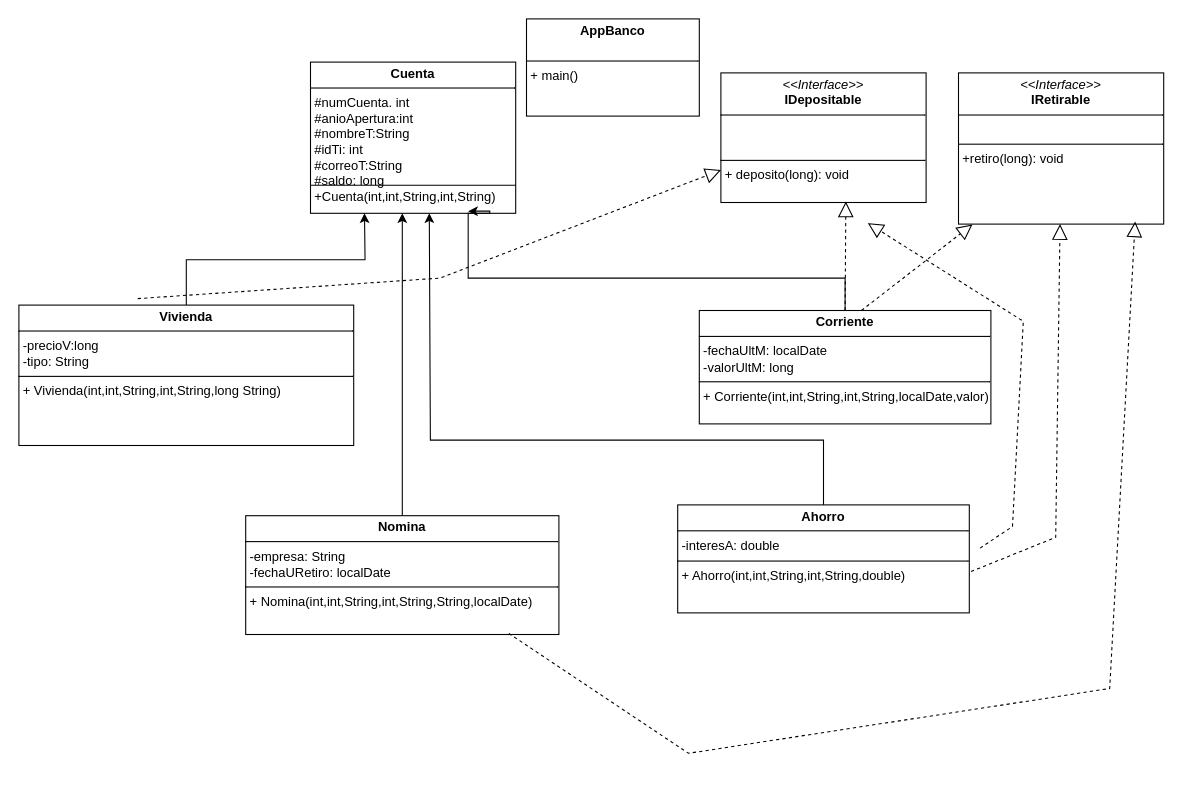
Mariana909/Clases-Abstractas keeps this draw.io diagram as DiagramaActividad7.drawio. Above is the earlier version. Source tidied: cells renumbered, new cells numbered last; positions are measured from the earlier drawing's top-left corner, leaving out a move shared by most shapes. Both pictures are drawn from the tidied source at 108%, with x=0, y=0 at pixel (18, 18).
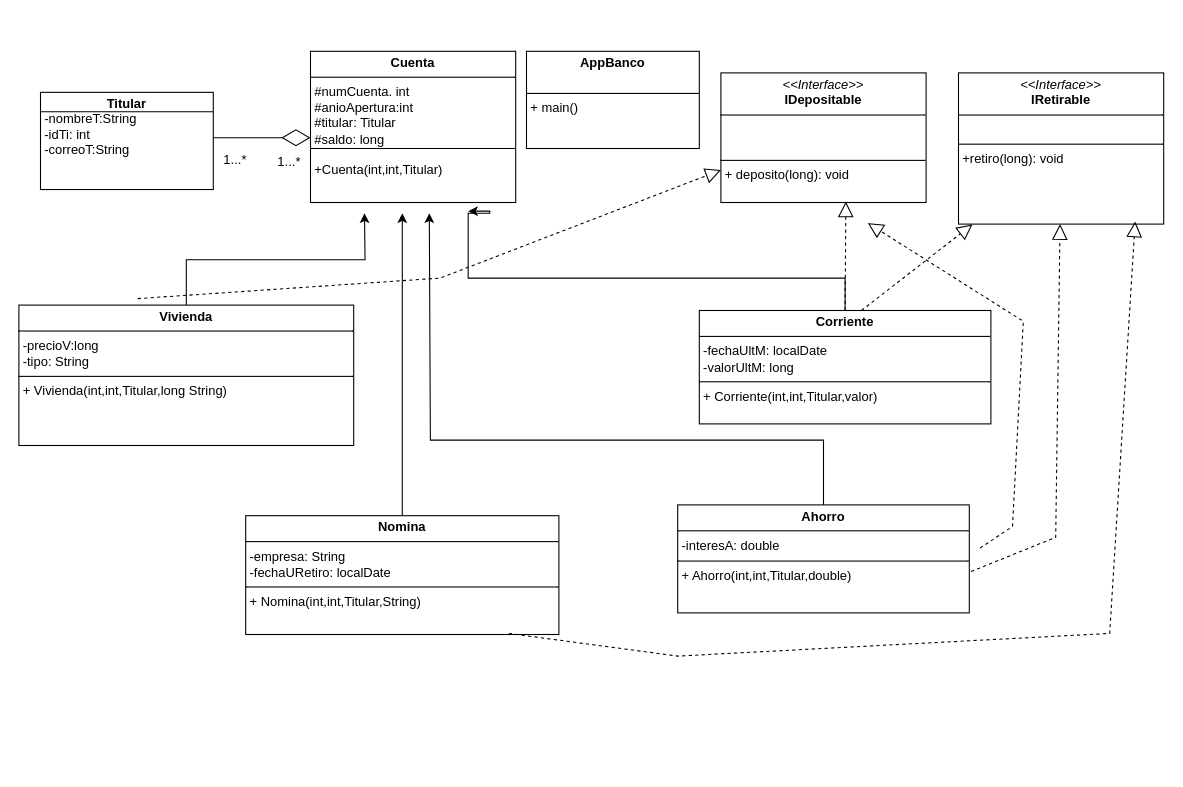
Above is the later version.

Unchanged cells that the change refers to:
```xml
<mxCell id="4" value="&lt;p style=&quot;margin:0px;margin-top:4px;text-align:center;&quot;&gt;&lt;i&gt;&amp;lt;&amp;lt;Interface&amp;gt;&amp;gt;&lt;/i&gt;&lt;br&gt;&lt;b&gt;IRetirable&lt;/b&gt;&lt;/p&gt;&lt;hr size=&quot;1&quot; style=&quot;border-style:solid;&quot;&gt;&lt;p style=&quot;margin:0px;margin-left:4px;&quot;&gt;&lt;br&gt;&lt;/p&gt;&lt;hr size=&quot;1&quot; style=&quot;border-style:solid;&quot;&gt;&lt;p style=&quot;margin:0px;margin-left:4px;&quot;&gt;+retiro(long): void&lt;br&gt;&lt;br&gt;&lt;/p&gt;" style="verticalAlign=top;align=left;overflow=fill;html=1;whiteSpace=wrap;" parent="1" vertex="1">
  <mxGeometry x="870" y="50" width="190" height="140" as="geometry" />
</mxCell>
```

What changed in the source:
```diff
@@
-    <mxCell id="2" value="&lt;p style=&quot;margin:0px;margin-top:4px;text-align:center;&quot;&gt;&lt;b&gt;Cuenta&lt;/b&gt;&lt;/p&gt;&lt;hr size=&quot;1&quot; style=&quot;border-style:solid;&quot;&gt;&lt;p style=&quot;margin:0px;margin-left:4px;&quot;&gt;#numCuenta. int&lt;/p&gt;&lt;p style=&quot;margin:0px;margin-left:4px;&quot;&gt;#anioApertura:int&lt;/p&gt;&lt;p style=&quot;margin:0px;margin-left:4px;&quot;&gt;#nombreT:String&lt;/p&gt;&lt;p style=&quot;margin:0px;margin-left:4px;&quot;&gt;#idTi: int&lt;/p&gt;&lt;p style=&quot;margin:0px;margin-left:4px;&quot;&gt;#correoT:String&lt;/p&gt;&lt;p style=&quot;margin:0px;margin-left:4px;&quot;&gt;#saldo: long&lt;/p&gt;&lt;p style=&quot;margin:0px;margin-left:4px;&quot;&gt;+Cuenta(int,int,String,int,String)&lt;/p&gt;" style="verticalAlign=top;align=left;overflow=fill;html=1;whiteSpace=wrap;" parent="1" vertex="1">
-      <mxGeometry x="270" y="40" width="190" height="140" as="geometry" />
+    <mxCell id="2" value="&lt;p style=&quot;margin:0px;margin-top:4px;text-align:center;&quot;&gt;&lt;b&gt;Cuenta&lt;/b&gt;&lt;/p&gt;&lt;hr size=&quot;1&quot; style=&quot;border-style:solid;&quot;&gt;&lt;p style=&quot;margin:0px;margin-left:4px;&quot;&gt;#numCuenta. int&lt;/p&gt;&lt;p style=&quot;margin:0px;margin-left:4px;&quot;&gt;#anioApertura:int&lt;/p&gt;&lt;p style=&quot;margin:0px;margin-left:4px;&quot;&gt;#titular: Titular&lt;/p&gt;&lt;p style=&quot;margin:0px;margin-left:4px;&quot;&gt;#saldo: long&lt;/p&gt;&lt;p style=&quot;margin:0px;margin-left:4px;&quot;&gt;&lt;br&gt;&lt;/p&gt;&lt;p style=&quot;margin:0px;margin-left:4px;&quot;&gt;+Cuenta(int,int,Titular)&lt;/p&gt;" style="verticalAlign=top;align=left;overflow=fill;html=1;whiteSpace=wrap;" parent="1" vertex="1">
+      <mxGeometry x="270" y="30" width="190" height="140" as="geometry" />
     </mxCell>
@@
-    <mxCell id="6" value="&lt;p style=&quot;margin:0px;margin-top:4px;text-align:center;&quot;&gt;&lt;b&gt;Vivienda&lt;/b&gt;&lt;/p&gt;&lt;hr size=&quot;1&quot; style=&quot;border-style:solid;&quot;&gt;&lt;p style=&quot;margin:0px;margin-left:4px;&quot;&gt;-precioV:long&lt;/p&gt;&lt;p style=&quot;margin:0px;margin-left:4px;&quot;&gt;-tipo: String&lt;/p&gt;&lt;hr size=&quot;1&quot; style=&quot;border-style:solid;&quot;&gt;&lt;p style=&quot;margin:0px;margin-left:4px;&quot;&gt;+ Vivienda(int,int,String,int,String,long String)&lt;/p&gt;" style="verticalAlign=top;align=left;overflow=fill;html=1;whiteSpace=wrap;" parent="1" vertex="1">
+    <mxCell id="6" value="&lt;p style=&quot;margin:0px;margin-top:4px;text-align:center;&quot;&gt;&lt;b&gt;Vivienda&lt;/b&gt;&lt;/p&gt;&lt;hr size=&quot;1&quot; style=&quot;border-style:solid;&quot;&gt;&lt;p style=&quot;margin:0px;margin-left:4px;&quot;&gt;-precioV:long&lt;/p&gt;&lt;p style=&quot;margin:0px;margin-left:4px;&quot;&gt;-tipo: String&lt;/p&gt;&lt;hr size=&quot;1&quot; style=&quot;border-style:solid;&quot;&gt;&lt;p style=&quot;margin:0px;margin-left:4px;&quot;&gt;+ Vivienda(int,int,Titular,long String)&lt;/p&gt;" style="verticalAlign=top;align=left;overflow=fill;html=1;whiteSpace=wrap;" parent="1" vertex="1">
       <mxGeometry y="265" width="310" height="130" as="geometry" />
     </mxCell>
-    <mxCell id="7" value="&lt;p style=&quot;margin:0px;margin-top:4px;text-align:center;&quot;&gt;&lt;b&gt;Corriente&lt;/b&gt;&lt;/p&gt;&lt;hr size=&quot;1&quot; style=&quot;border-style:solid;&quot;&gt;&lt;p style=&quot;margin:0px;margin-left:4px;&quot;&gt;-fechaUltM: localDate&lt;/p&gt;&lt;p style=&quot;margin:0px;margin-left:4px;&quot;&gt;-valorUltM: long&lt;/p&gt;&lt;hr size=&quot;1&quot; style=&quot;border-style:solid;&quot;&gt;&lt;p style=&quot;margin:0px;margin-left:4px;&quot;&gt;+ Corriente(&lt;span style=&quot;background-color: initial;&quot;&gt;int,int,String,int,String,localDate,valor)&lt;/span&gt;&lt;/p&gt;" style="verticalAlign=top;align=left;overflow=fill;html=1;whiteSpace=wrap;" parent="1" vertex="1">
+    <mxCell id="7" value="&lt;p style=&quot;margin:0px;margin-top:4px;text-align:center;&quot;&gt;&lt;b&gt;Corriente&lt;/b&gt;&lt;/p&gt;&lt;hr size=&quot;1&quot; style=&quot;border-style:solid;&quot;&gt;&lt;p style=&quot;margin:0px;margin-left:4px;&quot;&gt;-fechaUltM: localDate&lt;/p&gt;&lt;p style=&quot;margin:0px;margin-left:4px;&quot;&gt;-valorUltM: long&lt;/p&gt;&lt;hr size=&quot;1&quot; style=&quot;border-style:solid;&quot;&gt;&lt;p style=&quot;margin:0px;margin-left:4px;&quot;&gt;+ Corriente(&lt;span style=&quot;background-color: initial;&quot;&gt;int,int,Titular,valor)&lt;/span&gt;&lt;/p&gt;" style="verticalAlign=top;align=left;overflow=fill;html=1;whiteSpace=wrap;" parent="1" vertex="1">
       <mxGeometry x="630" y="270" width="270" height="105" as="geometry" />
     </mxCell>
@@
-    <mxCell id="9" value="&lt;p style=&quot;margin:0px;margin-top:4px;text-align:center;&quot;&gt;&lt;b&gt;Ahorro&lt;/b&gt;&lt;/p&gt;&lt;hr size=&quot;1&quot; style=&quot;border-style:solid;&quot;&gt;&lt;p style=&quot;margin:0px;margin-left:4px;&quot;&gt;-interesA: double&lt;/p&gt;&lt;hr size=&quot;1&quot; style=&quot;border-style:solid;&quot;&gt;&lt;p style=&quot;margin:0px;margin-left:4px;&quot;&gt;+ Ahorro(&lt;span style=&quot;background-color: initial;&quot;&gt;int,int,String,int,String,double)&lt;/span&gt;&lt;/p&gt;" style="verticalAlign=top;align=left;overflow=fill;html=1;whiteSpace=wrap;" parent="1" vertex="1">
+    <mxCell id="9" value="&lt;p style=&quot;margin:0px;margin-top:4px;text-align:center;&quot;&gt;&lt;b&gt;Ahorro&lt;/b&gt;&lt;/p&gt;&lt;hr size=&quot;1&quot; style=&quot;border-style:solid;&quot;&gt;&lt;p style=&quot;margin:0px;margin-left:4px;&quot;&gt;-interesA: double&lt;/p&gt;&lt;hr size=&quot;1&quot; style=&quot;border-style:solid;&quot;&gt;&lt;p style=&quot;margin:0px;margin-left:4px;&quot;&gt;+ Ahorro(&lt;span style=&quot;background-color: initial;&quot;&gt;int,int,Titular,double)&lt;/span&gt;&lt;/p&gt;" style="verticalAlign=top;align=left;overflow=fill;html=1;whiteSpace=wrap;" parent="1" vertex="1">
       <mxGeometry x="610" y="450" width="270" height="100" as="geometry" />
     </mxCell>
@@
-    <mxCell id="11" value="&lt;p style=&quot;margin:0px;margin-top:4px;text-align:center;&quot;&gt;&lt;b&gt;Nomina&lt;/b&gt;&lt;/p&gt;&lt;hr size=&quot;1&quot; style=&quot;border-style:solid;&quot;&gt;&lt;p style=&quot;margin:0px;margin-left:4px;&quot;&gt;-empresa: String&lt;/p&gt;&lt;p style=&quot;margin:0px;margin-left:4px;&quot;&gt;-fechaURetiro: localDate&lt;/p&gt;&lt;hr size=&quot;1&quot; style=&quot;border-style:solid;&quot;&gt;&lt;p style=&quot;margin:0px;margin-left:4px;&quot;&gt;+ Nomina(&lt;span style=&quot;background-color: initial;&quot;&gt;int,int,String,int,String,String,localDate)&lt;/span&gt;&lt;/p&gt;" style="verticalAlign=top;align=left;overflow=fill;html=1;whiteSpace=wrap;" parent="1" vertex="1">
+    <mxCell id="11" value="&lt;p style=&quot;margin:0px;margin-top:4px;text-align:center;&quot;&gt;&lt;b&gt;Nomina&lt;/b&gt;&lt;/p&gt;&lt;hr size=&quot;1&quot; style=&quot;border-style:solid;&quot;&gt;&lt;p style=&quot;margin:0px;margin-left:4px;&quot;&gt;-empresa: String&lt;/p&gt;&lt;p style=&quot;margin:0px;margin-left:4px;&quot;&gt;-fechaURetiro: localDate&lt;/p&gt;&lt;hr size=&quot;1&quot; style=&quot;border-style:solid;&quot;&gt;&lt;p style=&quot;margin:0px;margin-left:4px;&quot;&gt;+ Nomina(&lt;span style=&quot;background-color: initial;&quot;&gt;int,int,Titular,String)&lt;/span&gt;&lt;/p&gt;" style="verticalAlign=top;align=left;overflow=fill;html=1;whiteSpace=wrap;" parent="1" vertex="1">
       <mxGeometry x="210" y="460" width="290" height="110" as="geometry" />
     </mxCell>
     <mxCell id="12" style="line;strokeWidth=1;fillColor=none;align=left;verticalAlign=middle;spacingTop=-1;spacingLeft=3;spacingRight=3;labelPosition=right;strokeColor=inherit;" parent="1" vertex="1">
-      <mxGeometry x="270" y="150" width="190" height="8" as="geometry" />
+      <mxGeometry x="270" y="116" width="190" height="8" as="geometry" />
     </mxCell>
@@
     <mxCell id="18" style="endArrow=block;dashed=1;endFill=0;endSize=12;html=1;rounded=0;exitX=0.84;exitY=0.991;exitDx=0;exitDy=0;exitPerimeter=0;entryX=0.861;entryY=0.983;entryDx=0;entryDy=0;entryPerimeter=0;" parent="1" edge="1" source="11" target="4">
       <mxGeometry relative="1" as="geometry">
         <Array as="points">
-          <mxPoint x="620" y="680" />
-          <mxPoint x="1010" y="620" />
+          <mxPoint x="610" y="590" />
+          <mxPoint x="1010" y="569" />
         </Array>
       </mxGeometry>
     </mxCell>
@@
     <mxCell id="20" value="&lt;p style=&quot;margin:0px;margin-top:4px;text-align:center;&quot;&gt;&lt;b&gt;AppBanco&lt;/b&gt;&lt;/p&gt;&lt;p style=&quot;margin:0px;margin-left:4px;&quot;&gt;&lt;br&gt;&lt;/p&gt;&lt;hr size=&quot;1&quot; style=&quot;border-style:solid;&quot;&gt;&lt;p style=&quot;margin:0px;margin-left:4px;&quot;&gt;+ main()&lt;/p&gt;" style="verticalAlign=top;align=left;overflow=fill;html=1;whiteSpace=wrap;" parent="1" vertex="1">
-      <mxGeometry x="470" width="160" height="90" as="geometry" />
+      <mxGeometry x="470" y="30" width="160" height="90" as="geometry" />
     </mxCell>
+    <mxCell id="21" value="&lt;p style=&quot;margin:0px;margin-top:4px;text-align:center;&quot;&gt;&lt;b&gt;Titular&lt;/b&gt;&lt;/p&gt;&lt;p style=&quot;margin: 0px 0px 0px 4px;&quot;&gt;-nombreT:String&lt;/p&gt;&lt;p style=&quot;margin: 0px 0px 0px 4px;&quot;&gt;-idTi: int&lt;/p&gt;&lt;p style=&quot;margin: 0px 0px 0px 4px;&quot;&gt;-correoT:String&lt;/p&gt;&lt;p style=&quot;margin:0px;margin-left:4px;&quot;&gt;&lt;br&gt;&lt;/p&gt;" style="verticalAlign=top;align=left;overflow=fill;html=1;whiteSpace=wrap;" parent="1" vertex="1">
+      <mxGeometry x="20" y="68" width="160" height="90" as="geometry" />
+    </mxCell>
+    <mxCell id="22" style="line;strokeWidth=1;fillColor=none;align=left;verticalAlign=middle;spacingTop=-1;spacingLeft=3;spacingRight=3;labelPosition=right;strokeColor=inherit;" parent="1" vertex="1">
+      <mxGeometry x="20" y="82" width="160" height="8" as="geometry" />
+    </mxCell>
+    <mxCell id="23" style="endArrow=diamondThin;endFill=0;endSize=24;html=1;rounded=0;" parent="1" edge="1">
+      <mxGeometry relative="1" as="geometry">
+        <mxPoint x="180" y="110" as="sourcePoint" />
+        <mxPoint x="270" y="110" as="targetPoint" />
+      </mxGeometry>
+    </mxCell>
+    <mxCell id="24" value="1...*" style="text;html=1;align=center;verticalAlign=middle;strokeColor=none;fillColor=none;" parent="1" vertex="1">
+      <mxGeometry x="230" y="118" width="40" height="30" as="geometry" />
+    </mxCell>
+    <mxCell id="25" value="1...*" style="text;html=1;align=center;verticalAlign=middle;strokeColor=none;fillColor=none;" parent="1" vertex="1">
+      <mxGeometry x="180" y="116" width="40" height="30" as="geometry" />
+    </mxCell>
```
